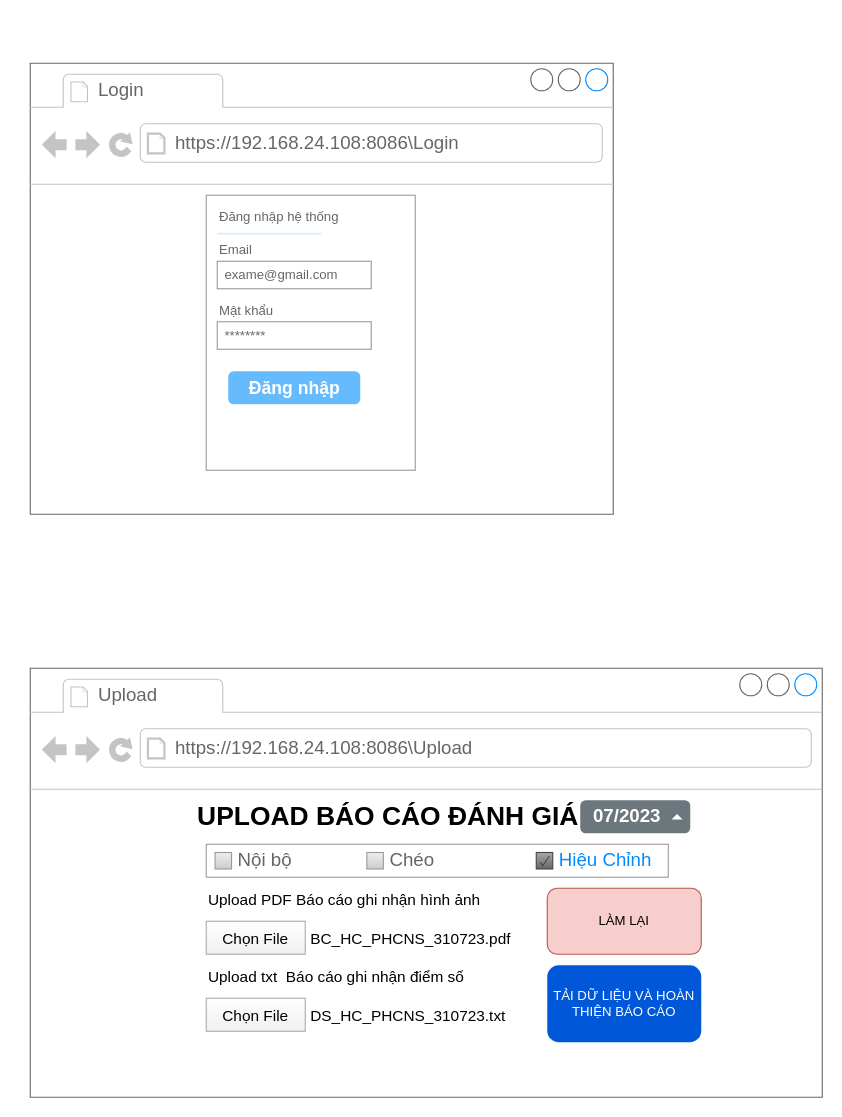
NTcse/draw keeps this draw.io diagram as page "Web-Intranet" (2 of 2) of 6S.drawio. Above is the earlier version. Source tidied: cells renumbered, new cells numbered last; positions are measured from the earlier drawing's top-left corner, leaving out a move shared by most shapes. Both pictures are drawn from the tidied source at 110%, with x=0, y=0 at pixel (30, 63).
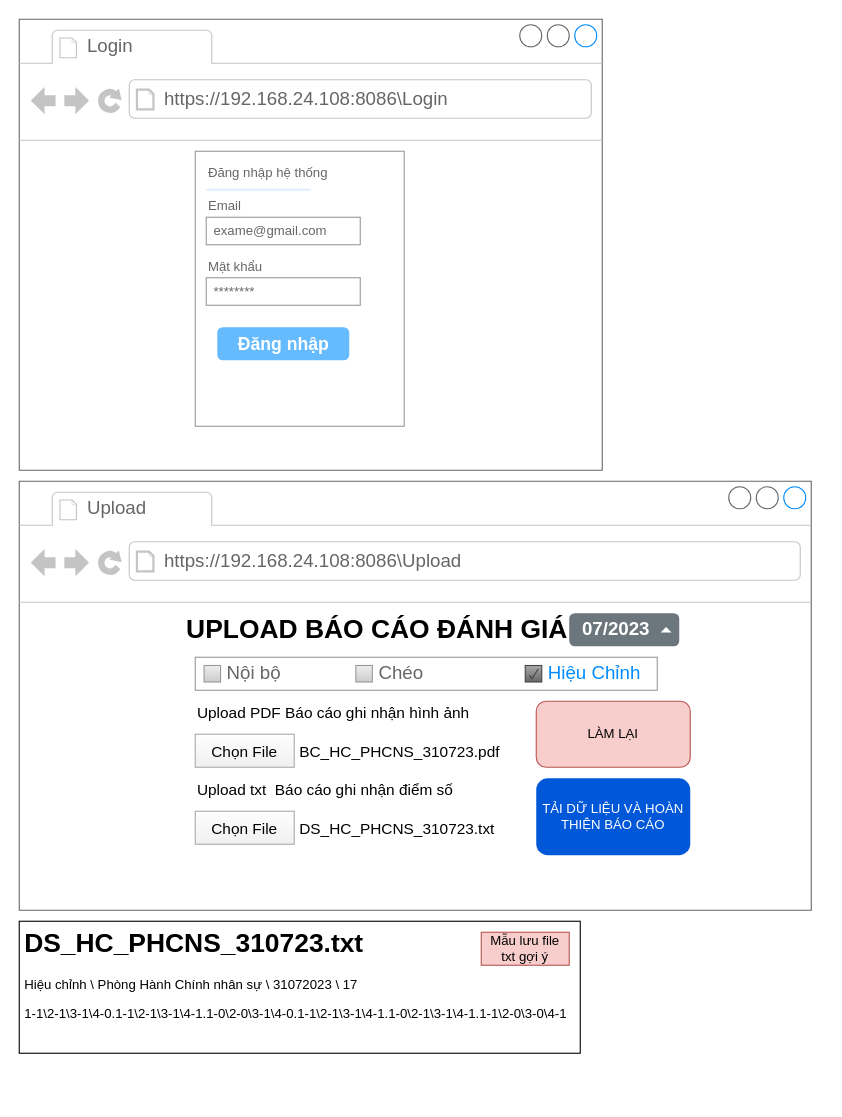
The same diagram, later.

Change to the diagram source:
```diff
@@
     <mxCell id="2" style="strokeWidth=1;shadow=0;dashed=0;align=center;html=1;shape=mxgraph.mockup.containers.browserWindow;rSize=0;strokeColor=#666666;strokeColor2=#008cff;strokeColor3=#c4c4c4;mainText=,;" parent="1" vertex="1">
-      <mxGeometry y="550" width="720" height="390" as="geometry" />
+      <mxGeometry x="-10" y="380" width="720" height="390" as="geometry" />
     </mxCell>
@@
     <mxCell id="20" style="strokeWidth=1;shadow=0;dashed=0;align=center;html=1;shape=mxgraph.mockup.containers.browserWindow;rSize=0;strokeColor=#666666;strokeColor2=#008cff;strokeColor3=#c4c4c4;mainText=,;" parent="1" vertex="1">
-      <mxGeometry width="530" height="410" as="geometry" />
+      <mxGeometry x="-10" y="-40" width="530" height="410" as="geometry" />
     </mxCell>
@@
+    <mxCell id="31" style="group;" parent="1" vertex="1">
+      <mxGeometry x="-10" y="780" width="510" height="120" as="geometry" />
+    </mxCell>
+    <mxCell id="32" value="&lt;h1&gt;DS_HC_PHCNS_310723.txt&lt;br&gt;&lt;/h1&gt;&lt;p&gt;Hiệu chỉnh \ Phòng Hành Chính nhân sự \ 31072023 \ 17&lt;/p&gt;&lt;p&gt;1-1\2-1\3-1\4-0.&lt;span style=&quot;background-color: initial;&quot;&gt;1-1\2-1\3-1\4-1.&lt;/span&gt;&lt;span style=&quot;background-color: initial;&quot;&gt;1-0\2-0\3-1\4-0.&lt;/span&gt;&lt;span style=&quot;background-color: initial;&quot;&gt;1-1\2-1\3-1\4-1.&lt;/span&gt;&lt;span style=&quot;background-color: initial;&quot;&gt;1-0\2-1\3-1\4-1.&lt;/span&gt;&lt;span style=&quot;background-color: initial;&quot;&gt;1-1\2-0\3-0\4-1&lt;/span&gt;&lt;/p&gt;&lt;p&gt;&lt;br&gt;&lt;/p&gt;" style="text;html=1;strokeColor=default;fillColor=none;spacing=5;spacingTop=-20;whiteSpace=wrap;overflow=hidden;rounded=0;" parent="31" vertex="1">
+      <mxGeometry width="510" height="120" as="geometry" />
+    </mxCell>
+    <mxCell id="33" value="Mẫu lưu file txt gợi ý" style="text;html=1;strokeColor=#b85450;fillColor=#f8cecc;align=center;verticalAlign=middle;whiteSpace=wrap;rounded=0;" parent="31" vertex="1">
+      <mxGeometry x="420" y="10" width="80" height="30" as="geometry" />
+    </mxCell>
```
